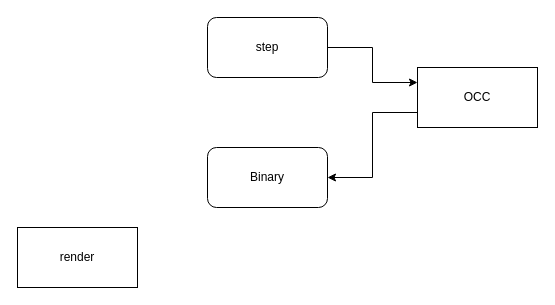
Earlier version of the draw.io diagram stp2vtk.drawio (Harekaze-Misakiakeno/uml). Source tidied: cells renumbered, new cells numbered last; positions are measured from the earlier drawing's top-left corner, leaving out a move shared by most shapes. Both pictures are drawn from the tidied source at 100%, with x=0, y=0 at pixel (17, 17).
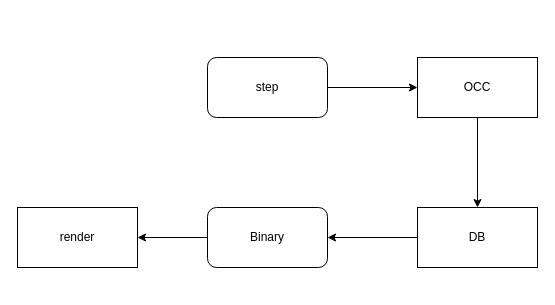
After the change.

Diff of the diagram source:
```diff
@@
 <mxGraphModel>
   <root>
     <mxCell id="0" />
     <mxCell id="1" parent="0" />
-    <mxCell id="2" style="edgeStyle=orthogonalEdgeStyle;rounded=0;jettySize=auto;html=1;exitX=1;exitY=0.5;exitDx=0;exitDy=0;entryX=0;entryY=0.25;entryDx=0;entryDy=0;" parent="1" edge="1" source="3" target="5">
+    <mxCell id="2" style="edgeStyle=orthogonalEdgeStyle;rounded=0;jettySize=auto;html=1;exitX=1;exitY=0.5;exitDx=0;exitDy=0;entryX=0;entryY=0.5;entryDx=0;entryDy=0;" parent="1" edge="1" source="3" target="5">
       <mxGeometry relative="1" as="geometry" />
     </mxCell>
     <mxCell id="3" value="step" style="rounded=1;whiteSpace=wrap;html=1;" parent="1" vertex="1">
-      <mxGeometry x="190" width="120" height="60" as="geometry" />
+      <mxGeometry x="190" y="40" width="120" height="60" as="geometry" />
     </mxCell>
-    <mxCell id="4" style="edgeStyle=orthogonalEdgeStyle;rounded=0;jettySize=auto;html=1;exitX=0;exitY=0.75;exitDx=0;exitDy=0;entryX=1;entryY=0.5;entryDx=0;entryDy=0;" parent="1" edge="1" source="5" target="6">
+    <mxCell id="4" style="edgeStyle=orthogonalEdgeStyle;rounded=0;jettySize=auto;html=1;exitX=0.5;exitY=1;exitDx=0;exitDy=0;entryX=0.5;entryY=0;entryDx=0;entryDy=0;" parent="1" edge="1" source="5" target="10">
       <mxGeometry relative="1" as="geometry" />
     </mxCell>
     <mxCell id="5" value="OCC" style="rounded=0;whiteSpace=wrap;html=1;" parent="1" vertex="1">
-      <mxGeometry x="400" y="50" width="120" height="60" as="geometry" />
+      <mxGeometry x="400" y="40" width="120" height="60" as="geometry" />
     </mxCell>
+    <mxCell id="8" style="edgeStyle=orthogonalEdgeStyle;rounded=0;jettySize=auto;html=1;exitX=0;exitY=0.5;exitDx=0;exitDy=0;entryX=1;entryY=0.5;entryDx=0;entryDy=0;" parent="1" edge="1" source="6" target="7">
+      <mxGeometry relative="1" as="geometry" />
+    </mxCell>
     <mxCell id="6" value="Binary" style="rounded=1;whiteSpace=wrap;html=1;" parent="1" vertex="1">
-      <mxGeometry x="190" y="130" width="120" height="60" as="geometry" />
+      <mxGeometry x="190" y="190" width="120" height="60" as="geometry" />
     </mxCell>
     <mxCell id="7" value="render" style="rounded=0;whiteSpace=wrap;html=1;" parent="1" vertex="1">
-      <mxGeometry y="210" width="120" height="60" as="geometry" />
+      <mxGeometry y="190" width="120" height="60" as="geometry" />
     </mxCell>
+    <mxCell id="9" style="edgeStyle=orthogonalEdgeStyle;rounded=0;jettySize=auto;html=1;" parent="1" edge="1" source="10" target="6">
+      <mxGeometry relative="1" as="geometry" />
+    </mxCell>
+    <mxCell id="10" value="DB" style="rounded=0;whiteSpace=wrap;html=1;" parent="1" vertex="1">
+      <mxGeometry x="400" y="190" width="120" height="60" as="geometry" />
+    </mxCell>
   </root>
 </mxGraphModel>
```
